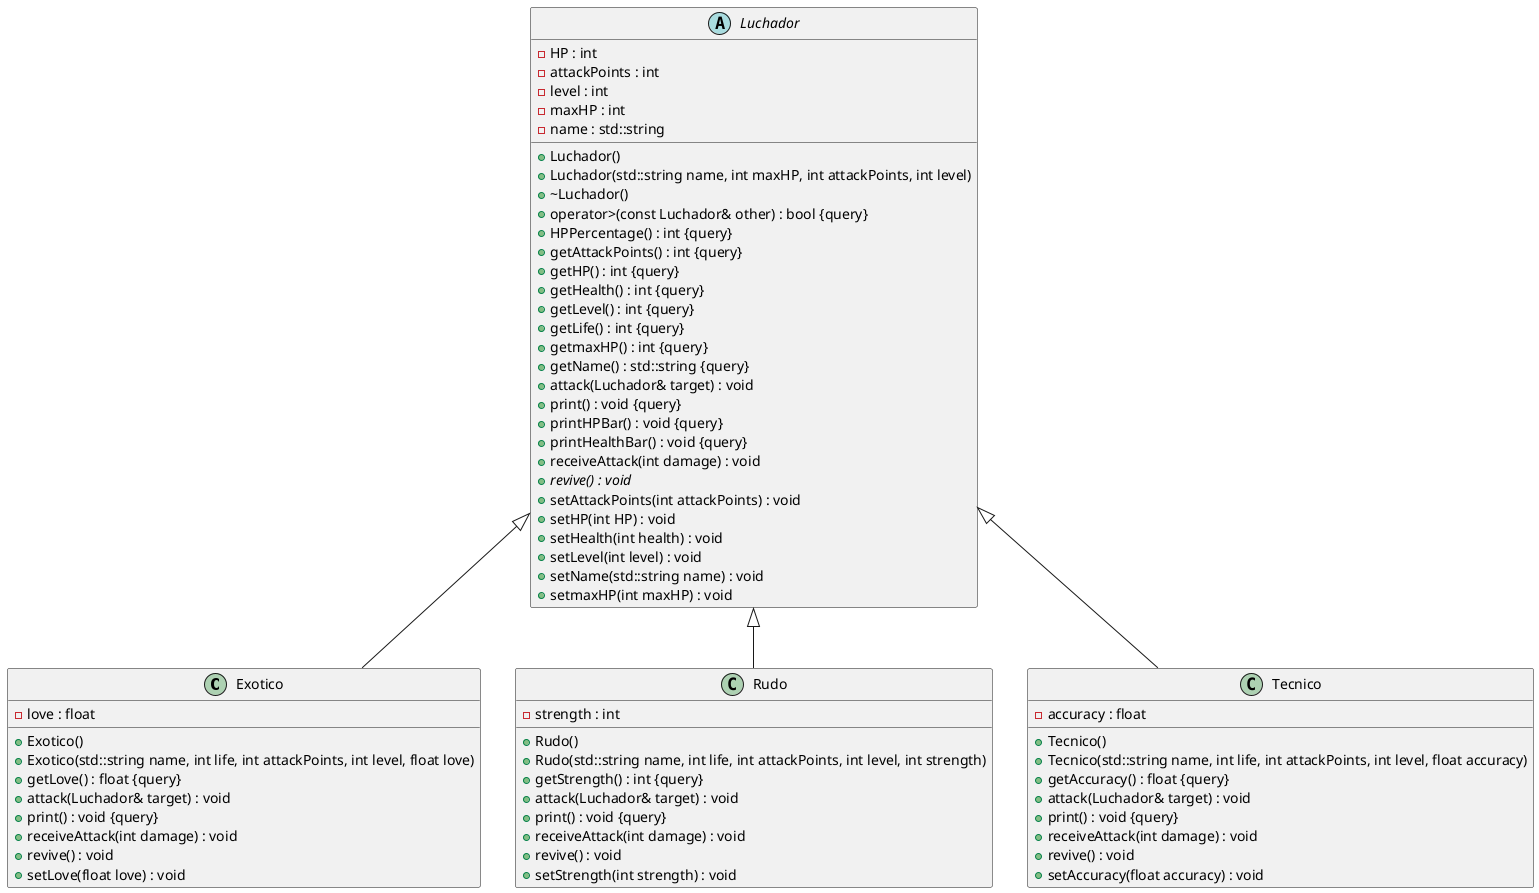
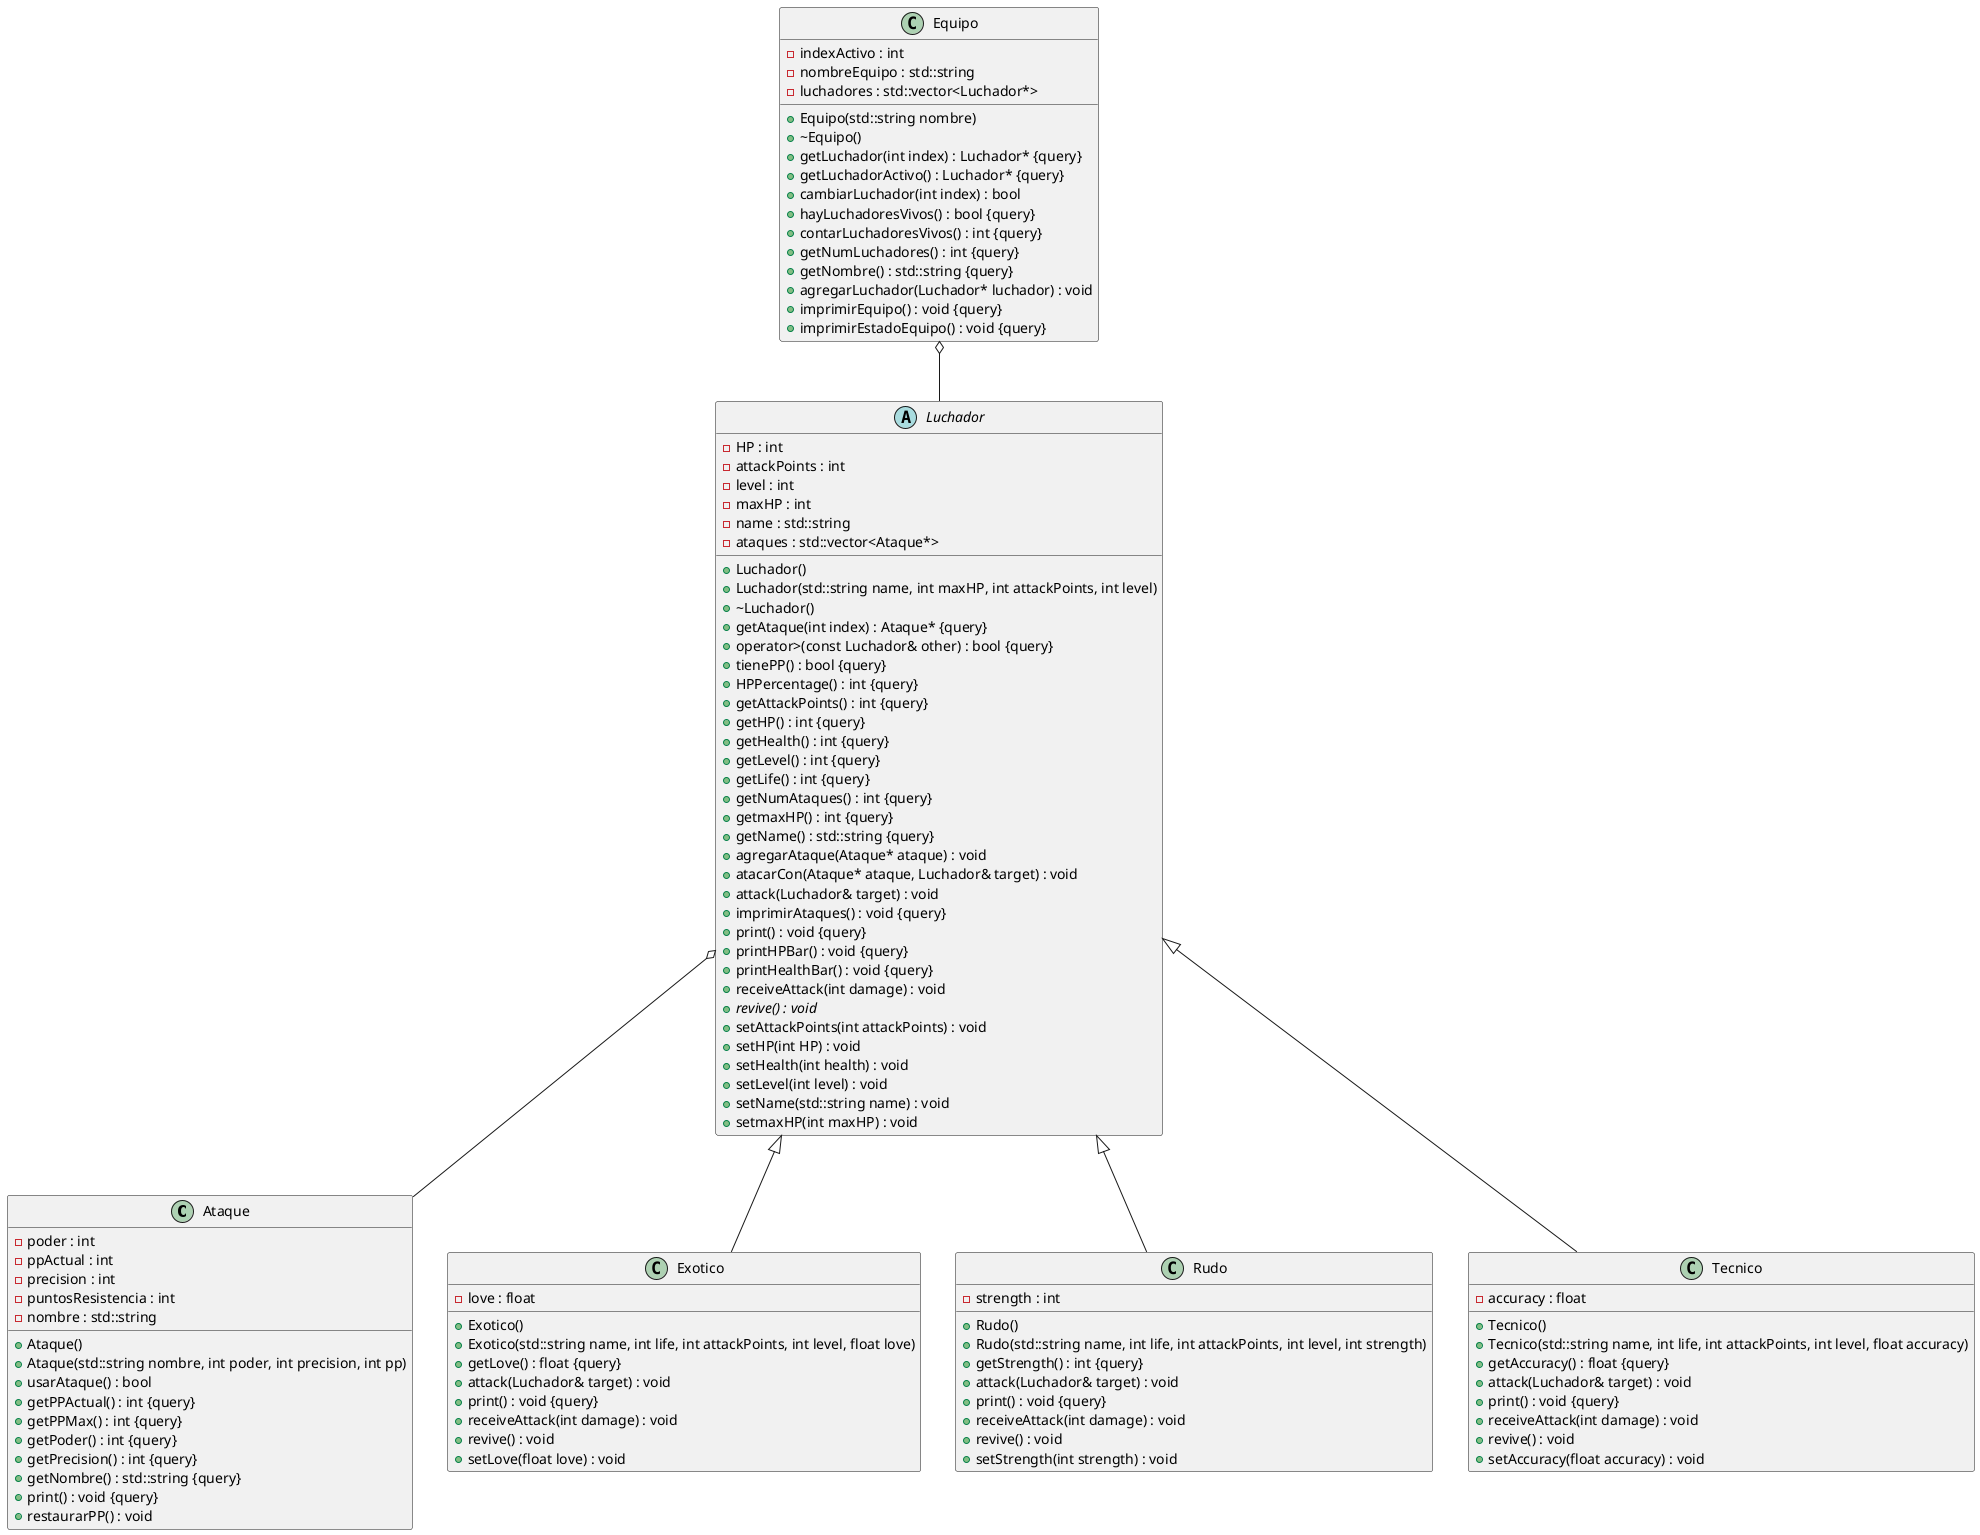
@startuml





/' Objects '/
+ 
+ class Ataque {
+ 	+Ataque()
+ 	+Ataque(std::string nombre, int poder, int precision, int pp)
+ 	+usarAtaque() : bool
+ 	+getPPActual() : int {query}
+ 	+getPPMax() : int {query}
+ 	+getPoder() : int {query}
+ 	+getPrecision() : int {query}
+ 	-poder : int
+ 	-ppActual : int
+ 	-precision : int
+ 	-puntosResistencia : int
+ 	+getNombre() : std::string {query}
+ 	-nombre : std::string
+ 	+print() : void {query}
+ 	+restaurarPP() : void
+ }
+ 
+ 
+ class Equipo {
+ 	+Equipo(std::string nombre)
+ 	+~Equipo()
+ 	+getLuchador(int index) : Luchador* {query}
+ 	+getLuchadorActivo() : Luchador* {query}
+ 	+cambiarLuchador(int index) : bool
+ 	+hayLuchadoresVivos() : bool {query}
+ 	+contarLuchadoresVivos() : int {query}
+ 	+getNumLuchadores() : int {query}
+ 	-indexActivo : int
+ 	+getNombre() : std::string {query}
+ 	-nombreEquipo : std::string
+ 	-luchadores : std::vector<Luchador*>
+ 	+agregarLuchador(Luchador* luchador) : void
+ 	+imprimirEquipo() : void {query}
+ 	+imprimirEstadoEquipo() : void {query}
+ }
+ 

class Exotico {
	+Exotico()
	+Exotico(std::string name, int life, int attackPoints, int level, float love)
	+getLove() : float {query}
	-love : float
	+attack(Luchador& target) : void
	+print() : void {query}
	+receiveAttack(int damage) : void
	+revive() : void
	+setLove(float love) : void
}


abstract class Luchador {
	+Luchador()
	+Luchador(std::string name, int maxHP, int attackPoints, int level)
	+~Luchador()
+ 	+getAtaque(int index) : Ataque* {query}
	+operator>(const Luchador& other) : bool {query}
+ 	+tienePP() : bool {query}
	-HP : int
	+HPPercentage() : int {query}
	-attackPoints : int
	+getAttackPoints() : int {query}
	+getHP() : int {query}
	+getHealth() : int {query}
	+getLevel() : int {query}
	+getLife() : int {query}
+ 	+getNumAtaques() : int {query}
	+getmaxHP() : int {query}
	-level : int
	-maxHP : int
	+getName() : std::string {query}
	-name : std::string
+ 	-ataques : std::vector<Ataque*>
+ 	+agregarAtaque(Ataque* ataque) : void
+ 	+atacarCon(Ataque* ataque, Luchador& target) : void
	+attack(Luchador& target) : void
+ 	+imprimirAtaques() : void {query}
	+print() : void {query}
	+printHPBar() : void {query}
	+printHealthBar() : void {query}
	+receiveAttack(int damage) : void
	+{abstract} revive() : void
	+setAttackPoints(int attackPoints) : void
	+setHP(int HP) : void
	+setHealth(int health) : void
	+setLevel(int level) : void
	+setName(std::string name) : void
	+setmaxHP(int maxHP) : void
}


class Rudo {
	+Rudo()
	+Rudo(std::string name, int life, int attackPoints, int level, int strength)
	+getStrength() : int {query}
	-strength : int
	+attack(Luchador& target) : void
	+print() : void {query}
	+receiveAttack(int damage) : void
	+revive() : void
	+setStrength(int strength) : void
}


class Tecnico {
	+Tecnico()
	+Tecnico(std::string name, int life, int attackPoints, int level, float accuracy)
	-accuracy : float
	+getAccuracy() : float {query}
	+attack(Luchador& target) : void
	+print() : void {query}
	+receiveAttack(int damage) : void
	+revive() : void
	+setAccuracy(float accuracy) : void
}





/' Inheritance relationships '/

Luchador <|-- Exotico


Luchador <|-- Rudo


Luchador <|-- Tecnico





/' Aggregation relationships '/

+ Equipo o-- Luchador
+ 
+ 
+ Luchador o-- Ataque
+ 
+ 




/' Nested objects '/



@enduml
